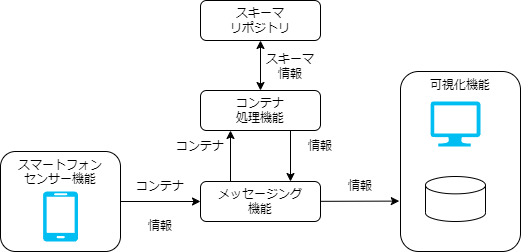
Above: docs/testlab_system/environment/overview.drawio.png in data-container-for-wearable-sensor/StartGuide (draw.io), before the change. Source tidied: cells renumbered, new cells last; positions are measured from the earlier drawing's top-left corner, leaving out a move shared by most shapes.
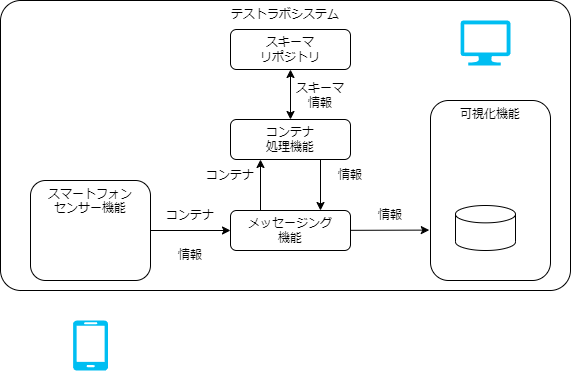
The same file after the commit.

The edit, as a diff of the source:
```diff
@@ -36,10 +36,10 @@
       <mxGeometry x="130" y="211" width="60" height="30" as="geometry" />
     </mxCell>
     <mxCell id="13" style="verticalLabelPosition=bottom;html=1;verticalAlign=top;align=center;strokeColor=none;fillColor=#00BEF2;shape=mxgraph.azure.mobile;" parent="1" vertex="1">
-      <mxGeometry x="42.5" y="191" width="35" height="50" as="geometry" />
+      <mxGeometry x="42.5" y="291" width="35" height="50" as="geometry" />
     </mxCell>
     <mxCell id="14" style="verticalLabelPosition=bottom;html=1;verticalAlign=top;align=center;strokeColor=none;fillColor=#00BEF2;shape=mxgraph.azure.computer;" parent="1" vertex="1">
-      <mxGeometry x="430" y="101" width="50" height="45" as="geometry" />
+      <mxGeometry x="430" y="-9" width="50" height="45" as="geometry" />
     </mxCell>
     <mxCell id="15" value="スキーマ&lt;br&gt;リポジトリ" style="rounded=1;whiteSpace=wrap;html=1;fillColor=none;" parent="1" vertex="1">
       <mxGeometry x="200" width="120" height="40" as="geometry" />
@@ -59,5 +59,8 @@
     <mxCell id="20" style="endArrow=classic;startArrow=classic;html=1;entryX=0.5;entryY=1;entryDx=0;entryDy=0;exitX=0.5;exitY=0;exitDx=0;exitDy=0;" parent="1" edge="1" source="6" target="15">
       <mxGeometry relative="1" as="geometry" />
     </mxCell>
+    <mxCell id="21" value="テストラボシステム" style="rounded=1;whiteSpace=wrap;html=1;fillColor=none;align=center;verticalAlign=top;arcSize=7;" parent="1" vertex="1">
+      <mxGeometry x="-30" y="-29" width="570" height="290" as="geometry" />
+    </mxCell>
   </root>
 </mxGraphModel>
```
